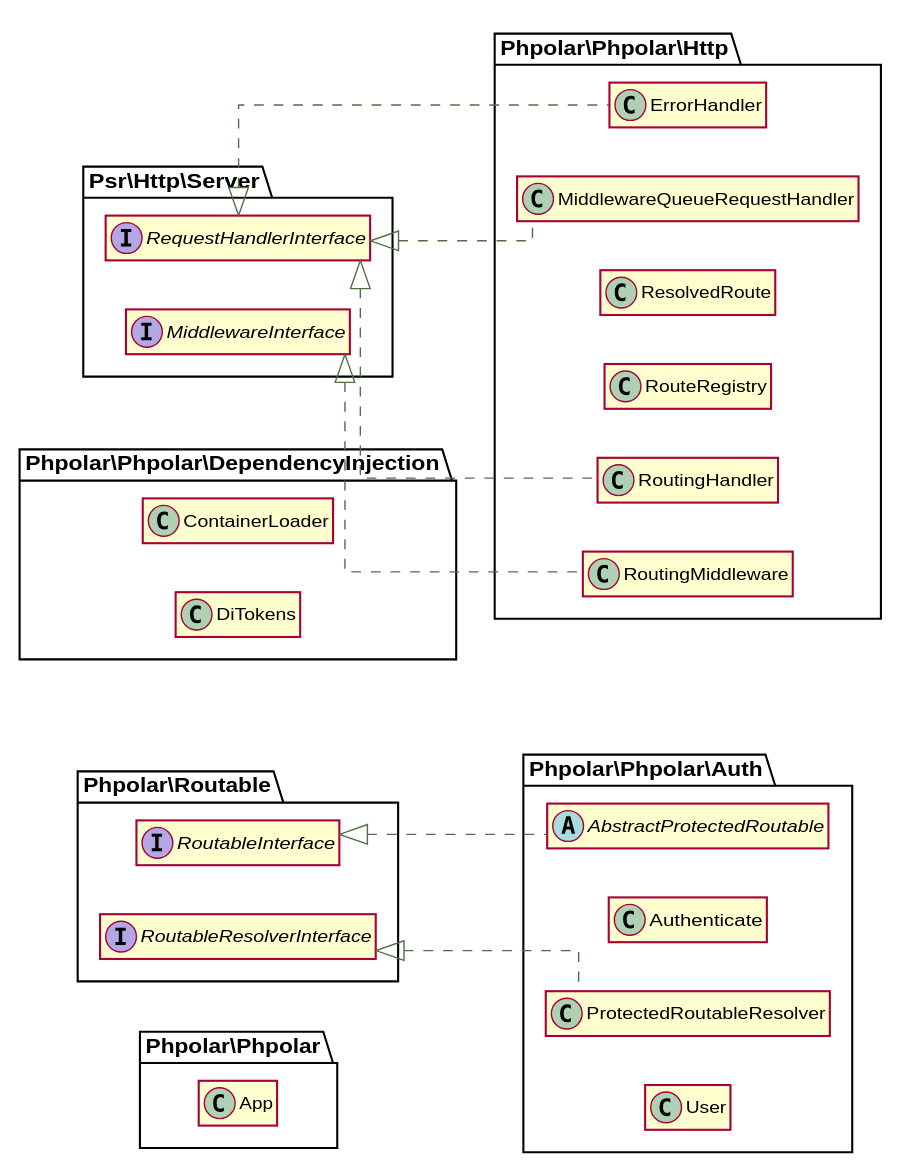
This is docs/graphs/classes.svg from phpolar/phpolar, a PlantUML export, as it was before one commit.
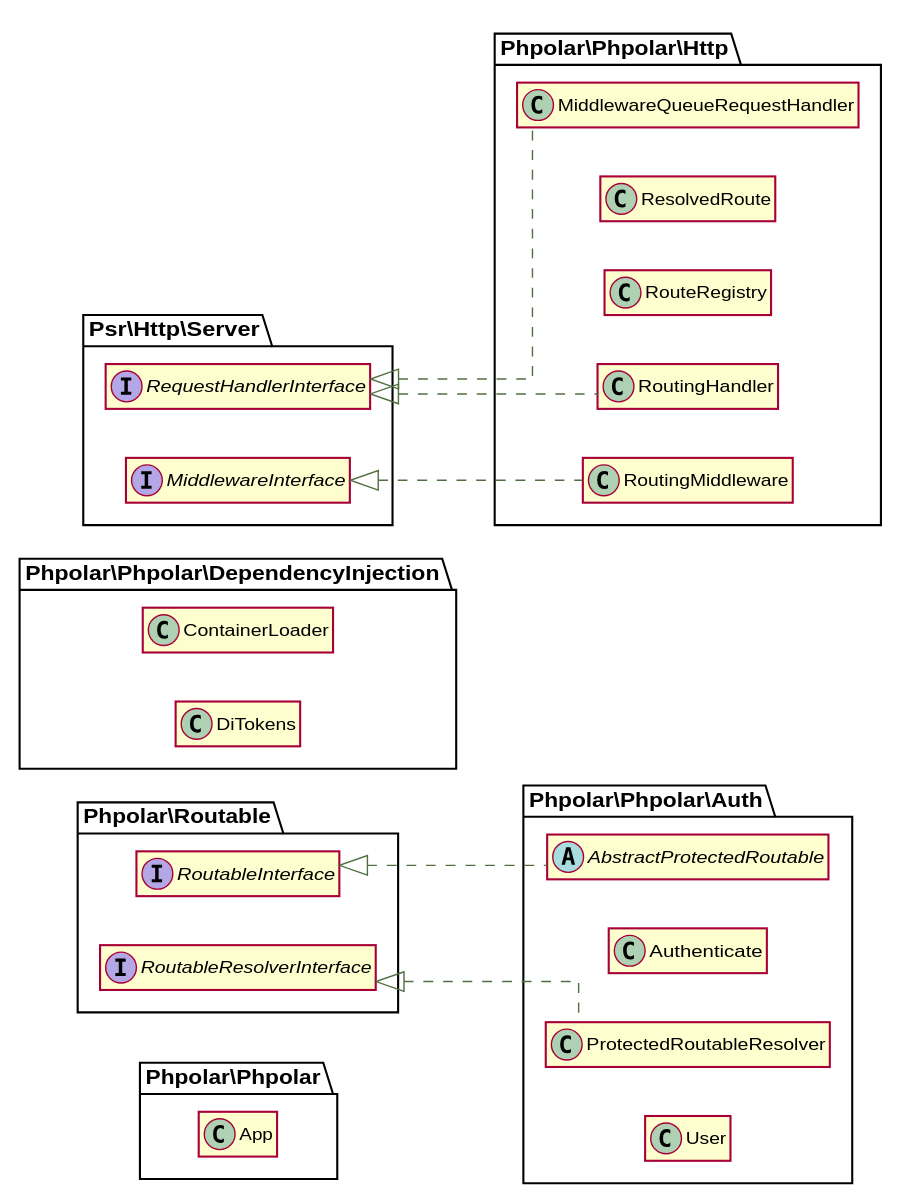
After the commit.

Change to the diagram source:
```diff
@@ -34,9 +34,6 @@
 class \\Phpolar\\Phpolar\\DependencyInjection\\DiTokens {
 }
 
-class \\Phpolar\\Phpolar\\Http\\ErrorHandler implements \\Psr\\Http\\Server\\RequestHandlerInterface {
-}
-
 class \\Phpolar\\Phpolar\\Http\\MiddlewareQueueRequestHandler implements \\Psr\\Http\\Server\\RequestHandlerInterface {
 }
 
```
